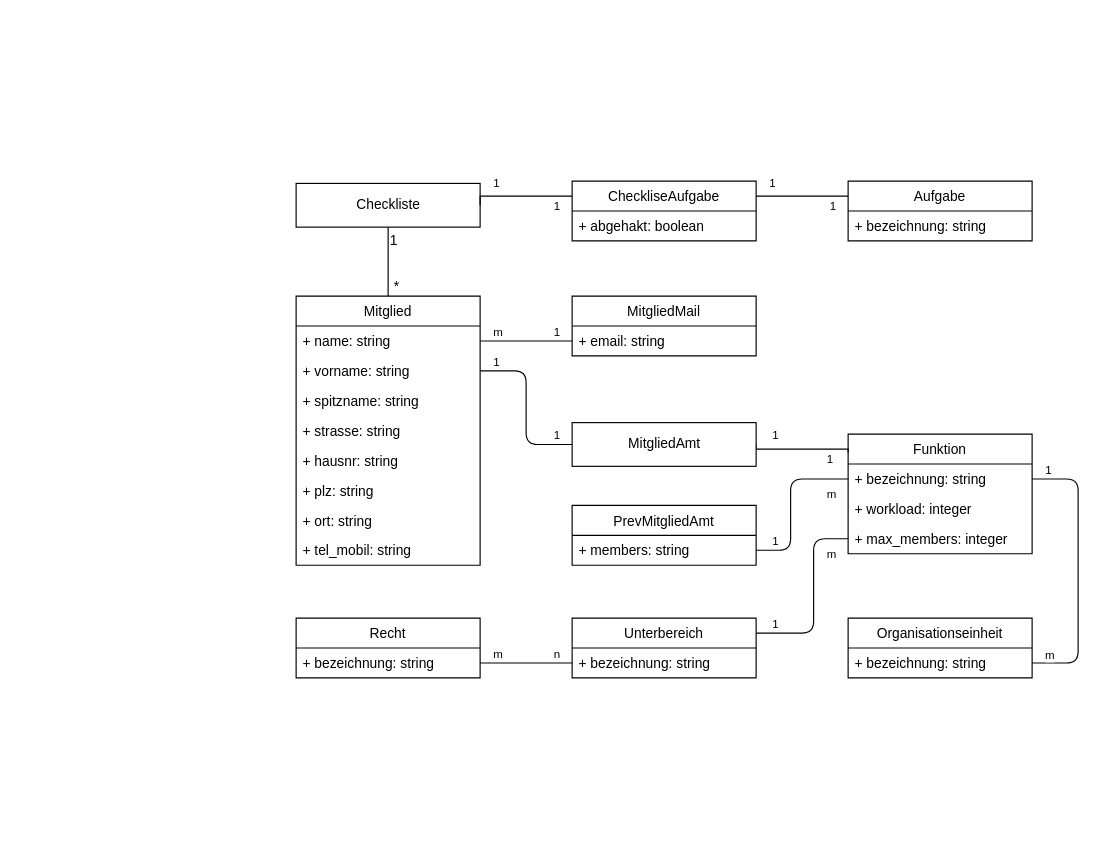
mribrgr/StuRa-Mitgliederdatenbank keeps this draw.io diagram as page "Domänenmodell" (1 of 10) of docs/anforderung/files/svg/diagrams_master.drawio. Above is the earlier version. Source tidied: cells renumbered, new cells numbered last; positions are measured from the earlier drawing's top-left corner, leaving out a move shared by most shapes. Both pictures are drawn from the tidied source at 115%, with x=0, y=0 at pixel (296, 181).
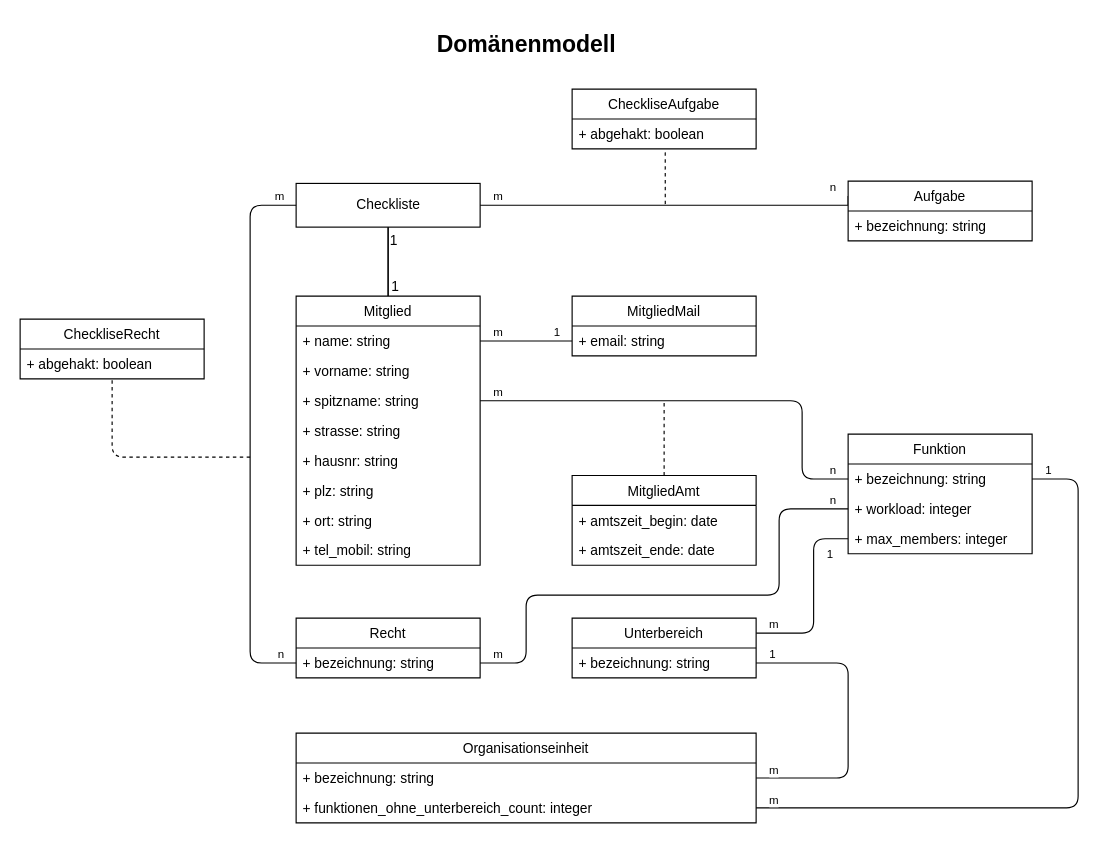
Above is the later version.

The change refers to these unchanged cells:
```xml
<mxCell id="2" value="Checkliste" style="html=1;" parent="1" vertex="1">
  <mxGeometry y="2" width="160" height="38" as="geometry" />
</mxCell>
<mxCell id="3" style="endArrow=none;html=1;rounded=0;exitX=0.5;exitY=1;exitDx=0;exitDy=0;entryX=0.5;entryY=0;entryDx=0;entryDy=0;" parent="1" edge="1" source="2" target="34">
  <mxGeometry relative="1" as="geometry" />
</mxCell>
<mxCell id="13" style="endArrow=none;html=1;edgeStyle=orthogonalEdgeStyle;strokeColor=#000000;exitX=0;exitY=0.5;exitDx=0;exitDy=0;entryX=1;entryY=0.25;entryDx=0;entryDy=0;" parent="1" edge="1" source="52" target="47">
  <mxGeometry relative="1" as="geometry">
    <Array as="points">
      <mxPoint x="450" y="311" />
      <mxPoint x="450" y="393" />
    </Array>
  </mxGeometry>
</mxCell>
<mxCell id="36" value="+ vorname: string" style="text;strokeColor=none;fillColor=none;align=left;verticalAlign=top;spacingLeft=4;spacingRight=4;overflow=hidden;points=[[0,0.5],[1,0.5]];portConstraint=eastwest;" parent="34" vertex="1">
  <mxGeometry y="52" width="160" height="26" as="geometry" />
</mxCell>
<mxCell id="37" value="+ spitzname: string" style="text;strokeColor=none;fillColor=none;align=left;verticalAlign=top;spacingLeft=4;spacingRight=4;overflow=hidden;points=[[0,0.5],[1,0.5]];portConstraint=eastwest;" parent="34" vertex="1">
  <mxGeometry y="78" width="160" height="26" as="geometry" />
</mxCell>
<mxCell id="46" value="+ bezeichnung: string" style="text;strokeColor=none;fillColor=none;align=left;verticalAlign=top;spacingLeft=4;spacingRight=4;overflow=hidden;points=[[0,0.5],[1,0.5]];portConstraint=eastwest;" parent="45" vertex="1">
  <mxGeometry y="26" width="160" height="26" as="geometry" />
</mxCell>
<mxCell id="48" value="+ bezeichnung: string" style="text;strokeColor=none;fillColor=none;align=left;verticalAlign=top;spacingLeft=4;spacingRight=4;overflow=hidden;points=[[0,0.5],[1,0.5]];portConstraint=eastwest;" parent="47" vertex="1">
  <mxGeometry y="26" width="160" height="26" as="geometry" />
</mxCell>
<mxCell id="50" value="+ bezeichnung: string" style="text;strokeColor=none;fillColor=none;align=left;verticalAlign=top;spacingLeft=4;spacingRight=4;overflow=hidden;points=[[0,0.5],[1,0.5]];portConstraint=eastwest;" parent="49" vertex="1">
  <mxGeometry y="26" width="160" height="26" as="geometry" />
</mxCell>
<mxCell id="51" value="+ workload: integer" style="text;strokeColor=none;fillColor=none;align=left;verticalAlign=top;spacingLeft=4;spacingRight=4;overflow=hidden;points=[[0,0.5],[1,0.5]];portConstraint=eastwest;" parent="49" vertex="1">
  <mxGeometry y="52" width="160" height="26" as="geometry" />
</mxCell>
```

Diff of the diagram source:
```diff
@@
-    <mxCell id="5" value="*" style="html=1;align=right;verticalAlign=bottom;" parent="3" vertex="1">
+    <mxCell id="5" value="1" style="html=1;align=right;verticalAlign=bottom;" parent="3" vertex="1">
       <mxGeometry x="1" relative="1" as="geometry">
         <mxPoint x="10" as="offset" />
       </mxGeometry>
     </mxCell>
-    <mxCell id="6" value="CheckliseAufgabe" style="swimlane;fontStyle=0;horizontal=1;startSize=26;fillColor=none;" parent="1" vertex="1">
-      <mxGeometry x="240" width="160" height="52" as="geometry" />
-    </mxCell>
-    <mxCell id="7" value="+ abgehakt: boolean" style="text;strokeColor=none;fillColor=none;align=left;verticalAlign=top;spacingLeft=4;spacingRight=4;overflow=hidden;points=[[0,0.5],[1,0.5]];portConstraint=eastwest;" parent="6" vertex="1">
-      <mxGeometry y="26" width="160" height="26" as="geometry" />
-    </mxCell>
-    <mxCell id="8" value="Aufgabe" style="swimlane;fontStyle=0;horizontal=1;startSize=26;fillColor=none;" parent="1" vertex="1">
-      <mxGeometry x="480" width="160" height="52" as="geometry" />
-    </mxCell>
-    <mxCell id="9" value="+ bezeichnung: string" style="text;strokeColor=none;fillColor=none;align=left;verticalAlign=top;spacingLeft=4;spacingRight=4;overflow=hidden;" parent="8" vertex="1">
-      <mxGeometry y="26" width="160" height="26" as="geometry" />
-    </mxCell>
-    <mxCell id="10" style="endArrow=none;html=1;edgeStyle=orthogonalEdgeStyle;strokeColor=#000000;exitX=1;exitY=0.5;exitDx=0;exitDy=0;entryX=1;entryY=0.5;entryDx=0;entryDy=0;" parent="1" edge="1" source="50" target="54">
+    <mxCell id="10" style="endArrow=none;html=1;edgeStyle=orthogonalEdgeStyle;strokeColor=#000000;exitX=1;exitY=0.5;exitDx=0;exitDy=0;entryX=1;entryY=0.5;entryDx=0;entryDy=0;" parent="1" edge="1" source="50" target="77">
       <mxGeometry relative="1" as="geometry">
         <Array as="points">
           <mxPoint x="680" y="259" />
-          <mxPoint x="680" y="419" />
+          <mxPoint x="680" y="545" />
         </Array>
       </mxGeometry>
     </mxCell>
@@
-    <mxCell id="14" value="m" style="html=1;align=left;verticalAlign=bottom;labelBackgroundColor=#ffffff;fontSize=10;" parent="13" vertex="1">
+    <mxCell id="14" value="1" style="html=1;align=left;verticalAlign=bottom;labelBackgroundColor=#ffffff;fontSize=10;" parent="13" vertex="1">
       <mxGeometry x="-1" relative="1" as="geometry">
         <mxPoint x="-20" y="21" as="offset" />
       </mxGeometry>
     </mxCell>
-    <mxCell id="15" value="1" style="html=1;align=right;verticalAlign=bottom;labelBackgroundColor=#ffffff;fontSize=10;" parent="13" vertex="1">
+    <mxCell id="15" value="m" style="html=1;align=right;verticalAlign=bottom;labelBackgroundColor=#ffffff;fontSize=10;" parent="13" vertex="1">
       <mxGeometry x="1" relative="1" as="geometry">
         <mxPoint x="20" as="offset" />
       </mxGeometry>
     </mxCell>
-    <mxCell id="16" style="endArrow=none;html=1;edgeStyle=orthogonalEdgeStyle;strokeColor=#000000;exitX=1;exitY=0.5;exitDx=0;exitDy=0;entryX=0;entryY=0.5;entryDx=0;entryDy=0;" parent="1" edge="1" source="46" target="48">
-      <mxGeometry relative="1" as="geometry" />
+    <mxCell id="16" style="endArrow=none;html=1;edgeStyle=orthogonalEdgeStyle;strokeColor=#000000;exitX=1;exitY=0.5;exitDx=0;exitDy=0;entryX=0;entryY=0.5;entryDx=0;entryDy=0;" parent="1" edge="1" source="46" target="51">
+      <mxGeometry relative="1" as="geometry">
+        <Array as="points">
+          <mxPoint x="200" y="419" />
+          <mxPoint x="200" y="360" />
+          <mxPoint x="420" y="360" />
+          <mxPoint x="420" y="285" />
+        </Array>
+      </mxGeometry>
     </mxCell>
@@
-    <mxCell id="19" style="endArrow=none;html=1;edgeStyle=orthogonalEdgeStyle;strokeColor=#000000;exitX=1;exitY=0.5;exitDx=0;exitDy=0;entryX=0;entryY=0.25;entryDx=0;entryDy=0;rounded=0;" parent="1" edge="1" source="2" target="6">
-      <mxGeometry relative="1" as="geometry">
-        <Array as="points">
-          <mxPoint x="160" y="13" />
-        </Array>
-      </mxGeometry>
-    </mxCell>
-    <mxCell id="20" value="1" style="html=1;align=left;verticalAlign=bottom;labelBackgroundColor=#ffffff;fontSize=10;" parent="19" vertex="1">
-      <mxGeometry x="-1" relative="1" as="geometry">
-        <mxPoint x="10" y="-11" as="offset" />
-      </mxGeometry>
-    </mxCell>
-    <mxCell id="21" value="1" style="html=1;align=right;verticalAlign=bottom;labelBackgroundColor=#ffffff;fontSize=10;" parent="19" vertex="1">
-      <mxGeometry x="1" relative="1" as="geometry">
-        <mxPoint x="-10" y="17" as="offset" />
-      </mxGeometry>
-    </mxCell>
-    <mxCell id="22" style="endArrow=none;html=1;edgeStyle=orthogonalEdgeStyle;strokeColor=#000000;entryX=0;entryY=0.25;entryDx=0;entryDy=0;exitX=1;exitY=0.25;exitDx=0;exitDy=0;" parent="1" edge="1" source="6" target="8">
-      <mxGeometry relative="1" as="geometry">
-        <Array as="points">
-          <mxPoint x="460" y="13" />
-          <mxPoint x="460" y="13" />
-        </Array>
-      </mxGeometry>
-    </mxCell>
-    <mxCell id="23" value="1" style="html=1;align=left;verticalAlign=bottom;labelBackgroundColor=#ffffff;fontSize=10;" parent="22" vertex="1">
-      <mxGeometry x="-1" relative="1" as="geometry">
-        <mxPoint x="10" y="-3" as="offset" />
-      </mxGeometry>
-    </mxCell>
-    <mxCell id="24" value="1" style="html=1;align=right;verticalAlign=bottom;labelBackgroundColor=#ffffff;fontSize=10;" parent="22" vertex="1">
-      <mxGeometry x="1" relative="1" as="geometry">
-        <mxPoint x="-10" y="17" as="offset" />
-      </mxGeometry>
-    </mxCell>
@@
-    <mxCell id="28" style="endArrow=none;html=1;edgeStyle=orthogonalEdgeStyle;strokeColor=#000000;exitX=1;exitY=0.5;exitDx=0;exitDy=0;entryX=0;entryY=0.5;entryDx=0;entryDy=0;" parent="1" edge="1" source="36" target="60">
-      <mxGeometry relative="1" as="geometry" />
-    </mxCell>
-    <mxCell id="29" value="1" style="html=1;align=left;verticalAlign=bottom;labelBackgroundColor=#ffffff;fontSize=10;" parent="28" vertex="1">
-      <mxGeometry x="-1" relative="1" as="geometry">
-        <mxPoint x="10" as="offset" />
-      </mxGeometry>
-    </mxCell>
-    <mxCell id="30" value="1" style="html=1;align=right;verticalAlign=bottom;labelBackgroundColor=#ffffff;fontSize=10;" parent="28" vertex="1">
-      <mxGeometry x="1" relative="1" as="geometry">
-        <mxPoint x="-10" as="offset" />
-      </mxGeometry>
-    </mxCell>
-    <mxCell id="31" style="endArrow=none;html=1;edgeStyle=orthogonalEdgeStyle;strokeColor=#000000;entryX=1;entryY=0.5;entryDx=0;entryDy=0;rounded=0;exitX=0;exitY=0.154;exitDx=0;exitDy=0;exitPerimeter=0;" parent="1" edge="1" source="49" target="60">
-      <mxGeometry relative="1" as="geometry">
-        <Array as="points">
-          <mxPoint x="480" y="233" />
-          <mxPoint x="400" y="233" />
-        </Array>
-      </mxGeometry>
-    </mxCell>
-    <mxCell id="32" value="1" style="html=1;align=left;verticalAlign=bottom;labelBackgroundColor=#ffffff;fontSize=10;" parent="31" vertex="1">
-      <mxGeometry x="-1" relative="1" as="geometry">
-        <mxPoint x="-20" y="14" as="offset" />
-      </mxGeometry>
-    </mxCell>
-    <mxCell id="33" value="1" style="html=1;align=right;verticalAlign=bottom;labelBackgroundColor=#ffffff;fontSize=10;" parent="31" vertex="1">
-      <mxGeometry x="1" relative="1" as="geometry">
-        <mxPoint x="20" as="offset" />
-      </mxGeometry>
-    </mxCell>
+    <mxCell id="61" style="endArrow=none;html=1;edgeStyle=orthogonalEdgeStyle;strokeColor=#000000;exitX=1;exitY=0.5;exitDx=0;exitDy=0;entryX=1;entryY=0.5;entryDx=0;entryDy=0;" parent="1" edge="1" source="48" target="54">
+      <mxGeometry relative="1" as="geometry">
+        <Array as="points">
+          <mxPoint x="480" y="419" />
+          <mxPoint x="480" y="519" />
+        </Array>
+      </mxGeometry>
+    </mxCell>
+    <mxCell id="62" value="1" style="html=1;align=left;verticalAlign=bottom;labelBackgroundColor=#ffffff;fontSize=10;" parent="61" vertex="1">
+      <mxGeometry x="-1" relative="1" as="geometry">
+        <mxPoint x="10" as="offset" />
+      </mxGeometry>
+    </mxCell>
+    <mxCell id="63" value="m" style="html=1;align=right;verticalAlign=bottom;labelBackgroundColor=#ffffff;fontSize=10;" parent="61" vertex="1">
+      <mxGeometry x="1" relative="1" as="geometry">
+        <mxPoint x="20" y="1" as="offset" />
+      </mxGeometry>
+    </mxCell>
+    <mxCell id="64" style="edgeStyle=orthogonalEdgeStyle;rounded=0;jettySize=auto;html=1;endArrow=none;endFill=0;" parent="1" edge="1" source="34" target="2">
+      <mxGeometry relative="1" as="geometry" />
+    </mxCell>
+    <mxCell id="65" style="endArrow=none;html=1;edgeStyle=orthogonalEdgeStyle;strokeColor=#000000;exitX=1;exitY=0.5;exitDx=0;exitDy=0;entryX=0;entryY=0.25;entryDx=0;entryDy=0;rounded=0;" parent="1" edge="1" source="2" target="8">
+      <mxGeometry relative="1" as="geometry">
+        <Array as="points">
+          <mxPoint x="480" y="21" />
+        </Array>
+      </mxGeometry>
+    </mxCell>
+    <mxCell id="66" value="m" style="html=1;align=left;verticalAlign=bottom;labelBackgroundColor=#ffffff;fontSize=10;" parent="65" vertex="1">
+      <mxGeometry x="-1" relative="1" as="geometry">
+        <mxPoint x="10" as="offset" />
+      </mxGeometry>
+    </mxCell>
+    <mxCell id="67" value="n" style="html=1;align=right;verticalAlign=bottom;labelBackgroundColor=#ffffff;fontSize=10;" parent="65" vertex="1">
+      <mxGeometry x="1" relative="1" as="geometry">
+        <mxPoint x="-10" as="offset" />
+      </mxGeometry>
+    </mxCell>
+    <mxCell id="68" style="endArrow=none;dashed=1;html=1;entryX=0.506;entryY=1.077;entryDx=0;entryDy=0;entryPerimeter=0;" parent="1" edge="1" target="7">
+      <mxGeometry relative="1" as="geometry">
+        <mxPoint x="321" y="20" as="sourcePoint" />
+      </mxGeometry>
+    </mxCell>
+    <mxCell id="69" style="endArrow=none;dashed=1;html=1;entryX=0.5;entryY=1;entryDx=0;entryDy=0;entryPerimeter=0;" parent="1" edge="1" target="79">
+      <mxGeometry relative="1" as="geometry">
+        <mxPoint x="-40" y="240" as="sourcePoint" />
+        <Array as="points">
+          <mxPoint x="-160" y="240" />
+        </Array>
+      </mxGeometry>
+    </mxCell>
+    <mxCell id="70" style="endArrow=none;html=1;edgeStyle=orthogonalEdgeStyle;strokeColor=#000000;exitX=0;exitY=0.5;exitDx=0;exitDy=0;entryX=0;entryY=0.5;entryDx=0;entryDy=0;rounded=1;" parent="1" edge="1" source="2" target="46">
+      <mxGeometry relative="1" as="geometry">
+        <Array as="points">
+          <mxPoint x="-40" y="21" />
+          <mxPoint x="-40" y="419" />
+        </Array>
+      </mxGeometry>
+    </mxCell>
+    <mxCell id="71" value="m" style="html=1;align=left;verticalAlign=bottom;labelBackgroundColor=#ffffff;fontSize=10;" parent="70" vertex="1">
+      <mxGeometry x="-1" relative="1" as="geometry">
+        <mxPoint x="-20" as="offset" />
+      </mxGeometry>
+    </mxCell>
+    <mxCell id="72" value="n" style="html=1;align=right;verticalAlign=bottom;labelBackgroundColor=#ffffff;fontSize=10;" parent="70" vertex="1">
+      <mxGeometry x="1" relative="1" as="geometry">
+        <mxPoint x="-10" as="offset" />
+      </mxGeometry>
+    </mxCell>
+    <mxCell id="73" style="endArrow=none;html=1;edgeStyle=orthogonalEdgeStyle;strokeColor=#000000;exitX=1;exitY=0.5;exitDx=0;exitDy=0;entryX=0;entryY=0.5;entryDx=0;entryDy=0;rounded=1;" parent="1" edge="1" source="37" target="50">
+      <mxGeometry relative="1" as="geometry">
+        <Array as="points">
+          <mxPoint x="440" y="191" />
+          <mxPoint x="440" y="259" />
+        </Array>
+      </mxGeometry>
+    </mxCell>
+    <mxCell id="74" value="m" style="html=1;align=left;verticalAlign=bottom;labelBackgroundColor=#ffffff;fontSize=10;" parent="73" vertex="1">
+      <mxGeometry x="-1" relative="1" as="geometry">
+        <mxPoint x="10" as="offset" />
+      </mxGeometry>
+    </mxCell>
+    <mxCell id="75" value="n" style="html=1;align=right;verticalAlign=bottom;labelBackgroundColor=#ffffff;fontSize=10;" parent="73" vertex="1">
+      <mxGeometry x="1" relative="1" as="geometry">
+        <mxPoint x="-10" as="offset" />
+      </mxGeometry>
+    </mxCell>
+    <mxCell id="76" style="endArrow=none;dashed=1;html=1;exitX=0.5;exitY=0;exitDx=0;exitDy=0;" parent="1" edge="1" source="55">
+      <mxGeometry relative="1" as="geometry">
+        <mxPoint x="320" y="190" as="targetPoint" />
+      </mxGeometry>
+    </mxCell>
+    <mxCell id="8" value="Aufgabe" style="swimlane;fontStyle=0;horizontal=1;startSize=26;" parent="1" vertex="1">
+      <mxGeometry x="480" width="160" height="52" as="geometry" />
+    </mxCell>
+    <mxCell id="9" value="+ bezeichnung: string" style="text;strokeColor=none;fillColor=none;align=left;verticalAlign=top;spacingLeft=4;spacingRight=4;overflow=hidden;" parent="8" vertex="1">
+      <mxGeometry y="26" width="160" height="26" as="geometry" />
+    </mxCell>
-    <mxCell id="34" value="Mitglied" style="swimlane;fontStyle=0;horizontal=1;startSize=26;fillColor=none;" parent="1" vertex="1">
+    <mxCell id="34" value="Mitglied" style="swimlane;fontStyle=0;horizontal=1;startSize=26;" parent="1" vertex="1">
       <mxGeometry y="100" width="160" height="234" as="geometry" />
     </mxCell>
@@
-    <mxCell id="43" value="MitgliedMail" style="swimlane;fontStyle=0;horizontal=1;startSize=26;fillColor=none;" parent="1" vertex="1">
+    <mxCell id="43" value="MitgliedMail" style="swimlane;fontStyle=0;horizontal=1;startSize=26;" parent="1" vertex="1">
       <mxGeometry x="240" y="100" width="160" height="52" as="geometry" />
     </mxCell>
@@
-    <mxCell id="45" value="Recht" style="swimlane;fontStyle=0;horizontal=1;startSize=26;fillColor=none;" parent="1" vertex="1">
+    <mxCell id="45" value="Recht" style="swimlane;fontStyle=0;horizontal=1;startSize=26;" parent="1" vertex="1">
       <mxGeometry y="380" width="160" height="52" as="geometry" />
     </mxCell>
@@
-    <mxCell id="47" value="Unterbereich" style="swimlane;fontStyle=0;horizontal=1;startSize=26;fillColor=none;" parent="1" vertex="1">
+    <mxCell id="47" value="Unterbereich" style="swimlane;fontStyle=0;horizontal=1;startSize=26;" parent="1" vertex="1">
       <mxGeometry x="240" y="380" width="160" height="52" as="geometry" />
     </mxCell>
@@
-    <mxCell id="49" value="Funktion" style="swimlane;fontStyle=0;horizontal=1;startSize=26;fillColor=none;" parent="1" vertex="1">
+    <mxCell id="49" value="Funktion" style="swimlane;fontStyle=0;horizontal=1;startSize=26;" parent="1" vertex="1">
       <mxGeometry x="480" y="220" width="160" height="104" as="geometry" />
     </mxCell>
@@
-    <mxCell id="52" value="+ max_members: integer" style="text;strokeColor=none;fillColor=none;align=left;verticalAlign=top;spacingLeft=4;spacingRight=4;overflow=hidden;points=[[0,0.5],[1,0.5]];portConstraint=eastwest;" parent="49" vertex="1">
+    <mxCell id="52" value="+ max_members: integer" style="text;align=left;verticalAlign=top;spacingLeft=4;spacingRight=4;overflow=hidden;points=[[0,0.5],[1,0.5]];portConstraint=eastwest;" parent="49" vertex="1">
       <mxGeometry y="78" width="160" height="26" as="geometry" />
     </mxCell>
-    <mxCell id="53" value="Organisationseinheit" style="swimlane;fontStyle=0;horizontal=1;startSize=26;fillColor=none;" parent="1" vertex="1">
-      <mxGeometry x="480" y="380" width="160" height="52" as="geometry" />
+    <mxCell id="53" value="Organisationseinheit" style="swimlane;fontStyle=0;horizontal=1;startSize=26;" parent="1" vertex="1">
+      <mxGeometry y="480" width="400" height="78" as="geometry" />
     </mxCell>
     <mxCell id="54" value="+ bezeichnung: string" style="text;strokeColor=none;fillColor=none;align=left;verticalAlign=top;spacingLeft=4;spacingRight=4;overflow=hidden;points=[[0,0.5],[1,0.5]];portConstraint=eastwest;" parent="53" vertex="1">
-      <mxGeometry y="26" width="160" height="26" as="geometry" />
+      <mxGeometry y="26" width="400" height="26" as="geometry" />
     </mxCell>
+    <mxCell id="77" value="+ funktionen_ohne_unterbereich_count: integer" style="text;strokeColor=none;fillColor=none;align=left;verticalAlign=top;spacingLeft=4;spacingRight=4;overflow=hidden;points=[[0,0.5],[1,0.5]];portConstraint=eastwest;" parent="53" vertex="1">
+      <mxGeometry y="52" width="400" height="26" as="geometry" />
+    </mxCell>
+    <mxCell id="6" value="CheckliseAufgabe" style="swimlane;fontStyle=0;horizontal=1;startSize=26;" parent="1" vertex="1">
+      <mxGeometry x="240" y="-80" width="160" height="52" as="geometry" />
+    </mxCell>
+    <mxCell id="7" value="+ abgehakt: boolean" style="text;strokeColor=none;fillColor=none;align=left;verticalAlign=top;spacingLeft=4;spacingRight=4;overflow=hidden;points=[[0,0.5],[1,0.5]];portConstraint=eastwest;" parent="6" vertex="1">
+      <mxGeometry y="26" width="160" height="26" as="geometry" />
+    </mxCell>
+    <mxCell id="78" value="CheckliseRecht" style="swimlane;fontStyle=0;horizontal=1;startSize=26;fillColor=#FFFFFF;" parent="1" vertex="1">
+      <mxGeometry x="-240" y="120" width="160" height="52" as="geometry" />
+    </mxCell>
+    <mxCell id="79" value="+ abgehakt: boolean" style="text;strokeColor=none;fillColor=none;align=left;verticalAlign=top;spacingLeft=4;spacingRight=4;overflow=hidden;points=[[0,0.5],[1,0.5]];portConstraint=eastwest;" parent="78" vertex="1">
+      <mxGeometry y="26" width="160" height="26" as="geometry" />
+    </mxCell>
-    <mxCell id="55" value="PrevMitgliedAmt" style="swimlane;fontStyle=0;horizontal=1;startSize=26;fillColor=none;" parent="1" vertex="1">
-      <mxGeometry x="240" y="282" width="160" height="52" as="geometry" />
+    <mxCell id="55" value="MitgliedAmt" style="swimlane;fontStyle=0;horizontal=1;startSize=26;" parent="1" vertex="1">
+      <mxGeometry x="240" y="256" width="160" height="78" as="geometry" />
     </mxCell>
-    <mxCell id="56" value="+ members: string" style="text;strokeColor=none;fillColor=none;align=left;verticalAlign=top;spacingLeft=4;spacingRight=4;overflow=hidden;points=[[0,0.5],[1,0.5]];portConstraint=eastwest;" parent="55" vertex="1">
+    <mxCell id="56" value="+ amtszeit_begin: date" style="text;strokeColor=none;fillColor=none;align=left;verticalAlign=top;spacingLeft=4;spacingRight=4;overflow=hidden;points=[[0,0.5],[1,0.5]];portConstraint=eastwest;" parent="55" vertex="1">
       <mxGeometry y="26" width="160" height="26" as="geometry" />
     </mxCell>
-    <mxCell id="57" style="endArrow=none;html=1;edgeStyle=orthogonalEdgeStyle;strokeColor=#000000;exitX=0;exitY=0.5;exitDx=0;exitDy=0;entryX=1;entryY=0.5;entryDx=0;entryDy=0;" parent="1" edge="1" source="50" target="56">
-      <mxGeometry relative="1" as="geometry">
-        <Array as="points">
-          <mxPoint x="430" y="259" />
-          <mxPoint x="430" y="321" />
-        </Array>
-      </mxGeometry>
-    </mxCell>
-    <mxCell id="58" value="m" style="html=1;align=left;verticalAlign=bottom;labelBackgroundColor=#ffffff;fontSize=10;" parent="57" vertex="1">
-      <mxGeometry x="-1" relative="1" as="geometry">
-        <mxPoint x="-20" y="21" as="offset" />
-      </mxGeometry>
-    </mxCell>
-    <mxCell id="59" value="1" style="html=1;align=right;verticalAlign=bottom;labelBackgroundColor=#ffffff;fontSize=10;" parent="57" vertex="1">
-      <mxGeometry x="1" relative="1" as="geometry">
-        <mxPoint x="20" as="offset" />
-      </mxGeometry>
-    </mxCell>
-    <mxCell id="60" value="MitgliedAmt" style="html=1;" parent="1" vertex="1">
-      <mxGeometry x="240" y="210" width="160" height="38" as="geometry" />
-    </mxCell>
+    <mxCell id="80" value="+ amtszeit_ende: date" style="text;strokeColor=none;fillColor=none;align=left;verticalAlign=top;spacingLeft=4;spacingRight=4;overflow=hidden;" parent="55" vertex="1">
+      <mxGeometry y="52" width="160" height="26" as="geometry" />
+    </mxCell>
+    <mxCell id="81" value="&lt;font style=&quot;font-size: 20px&quot;&gt;Domänenmodell&lt;/font&gt;" style="text;strokeColor=none;fillColor=none;html=1;fontSize=24;fontStyle=1;verticalAlign=middle;align=center;" parent="1" vertex="1">
+      <mxGeometry x="150" y="-140" width="100" height="40" as="geometry" />
+    </mxCell>
```
